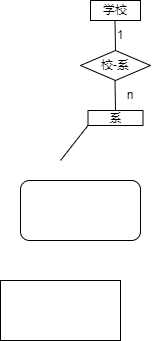
This is 1.drawio.png from CodingFlashe/graph, a draw.io export, as it was before one commit. Source tidied: cells renumbered, new cells last; positions are measured from the earlier drawing's top-left corner, leaving out a move shared by most shapes. The source it was exported from:
```xml
<mxGraphModel>
  <root>
    <mxCell id="0" />
    <mxCell id="1" parent="0" />
    <mxCell id="2" value="学校" style="rounded=0;whiteSpace=wrap;html=1;" parent="1" vertex="1">
      <mxGeometry x="90" width="50" height="20" as="geometry" />
    </mxCell>
    <mxCell id="3" value="校-系" style="rhombus;whiteSpace=wrap;html=1;" parent="1" vertex="1">
      <mxGeometry x="80" y="50" width="70" height="30" as="geometry" />
    </mxCell>
    <mxCell id="4" style="endArrow=none;html=1;rounded=0;exitX=0.5;exitY=0;exitDx=0;exitDy=0;" parent="1" edge="1" source="3">
      <mxGeometry relative="1" as="geometry">
        <mxPoint x="114.5" y="20" as="targetPoint" />
      </mxGeometry>
    </mxCell>
    <mxCell id="5" value="1" style="text;html=1;strokeColor=none;fillColor=none;align=center;verticalAlign=middle;whiteSpace=wrap;rounded=0;" parent="1" vertex="1">
      <mxGeometry x="90" y="20" width="60" height="30" as="geometry" />
    </mxCell>
    <mxCell id="6" value="系" style="whiteSpace=wrap;html=1;" parent="1" vertex="1">
      <mxGeometry x="87.5" y="110" width="55" height="15" as="geometry" />
    </mxCell>
    <mxCell id="7" style="endArrow=none;html=1;rounded=0;exitX=0.5;exitY=0;exitDx=0;exitDy=0;" parent="1" edge="1" source="6">
      <mxGeometry relative="1" as="geometry">
        <mxPoint x="114.5" y="80" as="targetPoint" />
      </mxGeometry>
    </mxCell>
    <mxCell id="8" value="n" style="text;html=1;strokeColor=none;fillColor=none;align=center;verticalAlign=middle;whiteSpace=wrap;rounded=0;" parent="1" vertex="1">
      <mxGeometry x="100" y="80" width="60" height="30" as="geometry" />
    </mxCell>
    <mxCell id="9" style="endArrow=none;html=1;rounded=0;" parent="1" edge="1">
      <mxGeometry relative="1" as="geometry">
        <mxPoint x="60" y="160" as="sourcePoint" />
        <mxPoint x="87.5" y="125" as="targetPoint" />
      </mxGeometry>
    </mxCell>
    <mxCell id="10" style="rounded=0;whiteSpace=wrap;html=1;" parent="1" vertex="1">
      <mxGeometry y="280" width="120" height="60" as="geometry" />
    </mxCell>
    <mxCell id="11" style="rounded=1;whiteSpace=wrap;html=1;" parent="1" vertex="1">
      <mxGeometry x="20" y="180" width="120" height="60" as="geometry" />
    </mxCell>
  </root>
</mxGraphModel>
```
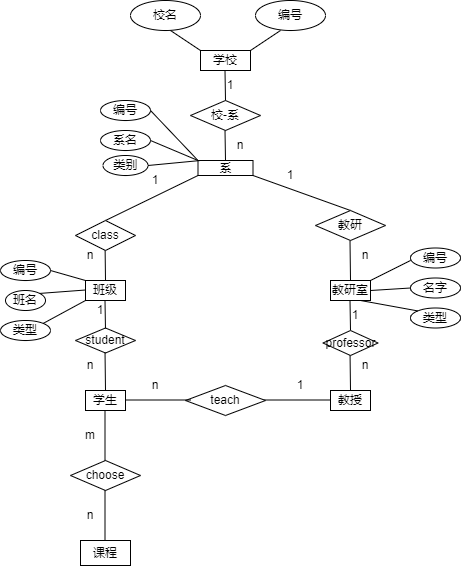
Later version of the same file.

Diff of the diagram source:
```diff
@@ -27,17 +27,230 @@
     <mxCell id="8" value="n" style="text;html=1;strokeColor=none;fillColor=none;align=center;verticalAlign=middle;whiteSpace=wrap;rounded=0;" parent="1" vertex="1">
       <mxGeometry x="100" y="80" width="60" height="30" as="geometry" />
     </mxCell>
-    <mxCell id="9" style="endArrow=none;html=1;rounded=0;" parent="1" edge="1">
+    <mxCell id="9" style="endArrow=none;html=1;rounded=0;exitX=0.5;exitY=0;exitDx=0;exitDy=0;" parent="1" edge="1">
       <mxGeometry relative="1" as="geometry">
-        <mxPoint x="60" y="160" as="sourcePoint" />
+        <mxPoint x="-5" y="170" as="sourcePoint" />
         <mxPoint x="87.5" y="125" as="targetPoint" />
       </mxGeometry>
     </mxCell>
-    <mxCell id="10" style="rounded=0;whiteSpace=wrap;html=1;" parent="1" vertex="1">
-      <mxGeometry y="280" width="120" height="60" as="geometry" />
+    <mxCell id="10" value="班级" style="rounded=0;whiteSpace=wrap;html=1;" parent="1" vertex="1">
+      <mxGeometry x="-25" y="230" width="40" height="20" as="geometry" />
     </mxCell>
-    <mxCell id="11" style="rounded=1;whiteSpace=wrap;html=1;" parent="1" vertex="1">
-      <mxGeometry x="20" y="180" width="120" height="60" as="geometry" />
-    </mxCell>
+    <mxCell id="12" style="endArrow=none;html=1;rounded=0;exitX=0.5;exitY=0;exitDx=0;exitDy=0;" parent="1" edge="1" source="10">
+      <mxGeometry relative="1" as="geometry">
+        <mxPoint x="-5.5" y="190" as="targetPoint" />
+      </mxGeometry>
+    </mxCell>
+    <mxCell id="13" value="1" style="text;html=1;strokeColor=none;fillColor=none;align=center;verticalAlign=middle;whiteSpace=wrap;rounded=0;" parent="1" vertex="1">
+      <mxGeometry x="30" y="120" width="30" height="20" as="geometry" />
+    </mxCell>
+    <mxCell id="14" value="n" style="text;html=1;strokeColor=none;fillColor=none;align=center;verticalAlign=middle;whiteSpace=wrap;rounded=0;" parent="1" vertex="1">
+      <mxGeometry x="-45" y="190" width="50" height="30" as="geometry" />
+    </mxCell>
+    <mxCell id="15" style="endArrow=none;html=1;rounded=0;exitX=0.5;exitY=0;exitDx=0;exitDy=0;" parent="1" edge="1" source="41">
+      <mxGeometry relative="1" as="geometry">
+        <mxPoint x="142.5" y="125" as="targetPoint" />
+      </mxGeometry>
+    </mxCell>
+    <mxCell id="16" value="1" style="text;html=1;strokeColor=none;fillColor=none;align=center;verticalAlign=middle;whiteSpace=wrap;rounded=0;" parent="1" vertex="1">
+      <mxGeometry x="160" y="120" width="40" height="10" as="geometry" />
+    </mxCell>
+    <mxCell id="17" value="n" style="text;html=1;strokeColor=none;fillColor=none;align=center;verticalAlign=middle;whiteSpace=wrap;rounded=0;" parent="1" vertex="1">
+      <mxGeometry x="230" y="190" width="50" height="30" as="geometry" />
+    </mxCell>
+    <mxCell id="18" value="教研室" style="rounded=0;whiteSpace=wrap;html=1;" parent="1" vertex="1">
+      <mxGeometry x="220" y="230" width="40" height="20" as="geometry" />
+    </mxCell>
+    <mxCell id="19" style="endArrow=none;html=1;rounded=0;exitX=0.5;exitY=0;exitDx=0;exitDy=0;" parent="1" edge="1" source="18">
+      <mxGeometry relative="1" as="geometry">
+        <mxPoint x="239.5" y="190" as="targetPoint" />
+      </mxGeometry>
+    </mxCell>
+    <mxCell id="20" style="endArrow=none;html=1;rounded=0;" parent="1" edge="1">
+      <mxGeometry relative="1" as="geometry">
+        <mxPoint x="-5" y="280" as="sourcePoint" />
+        <mxPoint x="-5.5" y="250" as="targetPoint" />
+      </mxGeometry>
+    </mxCell>
+    <mxCell id="21" value="学生" style="rounded=0;whiteSpace=wrap;html=1;" parent="1" vertex="1">
+      <mxGeometry x="-25" y="340" width="40" height="20" as="geometry" />
+    </mxCell>
+    <mxCell id="22" style="endArrow=none;html=1;rounded=0;exitX=0.5;exitY=0;exitDx=0;exitDy=0;" parent="1" edge="1" source="21">
+      <mxGeometry relative="1" as="geometry">
+        <mxPoint x="-5.5" y="300" as="targetPoint" />
+      </mxGeometry>
+    </mxCell>
+    <mxCell id="23" value="n" style="text;html=1;strokeColor=none;fillColor=none;align=center;verticalAlign=middle;whiteSpace=wrap;rounded=0;" parent="1" vertex="1">
+      <mxGeometry x="-45" y="300" width="50" height="30" as="geometry" />
+    </mxCell>
+    <mxCell id="24" value="教授" style="rounded=0;whiteSpace=wrap;html=1;" parent="1" vertex="1">
+      <mxGeometry x="220" y="340" width="40" height="20" as="geometry" />
+    </mxCell>
+    <mxCell id="25" style="endArrow=none;html=1;rounded=0;exitX=0.5;exitY=0;exitDx=0;exitDy=0;" parent="1" edge="1" source="24">
+      <mxGeometry relative="1" as="geometry">
+        <mxPoint x="239.5" y="300" as="targetPoint" />
+      </mxGeometry>
+    </mxCell>
+    <mxCell id="26" value="n" style="text;html=1;strokeColor=none;fillColor=none;align=center;verticalAlign=middle;whiteSpace=wrap;rounded=0;" parent="1" vertex="1">
+      <mxGeometry x="230" y="300" width="50" height="30" as="geometry" />
+    </mxCell>
+    <mxCell id="27" style="endArrow=none;html=1;rounded=0;" parent="1" edge="1">
+      <mxGeometry relative="1" as="geometry">
+        <mxPoint x="240" y="280" as="sourcePoint" />
+        <mxPoint x="239.5" y="250" as="targetPoint" />
+      </mxGeometry>
+    </mxCell>
+    <mxCell id="28" value="1" style="text;html=1;strokeColor=none;fillColor=none;align=center;verticalAlign=middle;whiteSpace=wrap;rounded=0;" parent="1" vertex="1">
+      <mxGeometry x="220" y="250" width="50" height="30" as="geometry" />
+    </mxCell>
+    <mxCell id="29" value="1" style="text;html=1;strokeColor=none;fillColor=none;align=center;verticalAlign=middle;whiteSpace=wrap;rounded=0;" parent="1" vertex="1">
+      <mxGeometry x="-30" y="250" width="40" height="20" as="geometry" />
+    </mxCell>
+    <mxCell id="30" style="endArrow=none;html=1;rounded=0;" parent="1" edge="1">
+      <mxGeometry relative="1" as="geometry">
+        <mxPoint x="150" y="349.5" as="sourcePoint" />
+        <mxPoint x="220" y="349.5" as="targetPoint" />
+      </mxGeometry>
+    </mxCell>
+    <mxCell id="31" value="teach" style="rhombus;whiteSpace=wrap;html=1;" parent="1" vertex="1">
+      <mxGeometry x="75" y="335" width="80" height="30" as="geometry" />
+    </mxCell>
+    <mxCell id="32" style="endArrow=none;html=1;rounded=0;" parent="1" edge="1">
+      <mxGeometry relative="1" as="geometry">
+        <mxPoint x="15" y="349.5" as="sourcePoint" />
+        <mxPoint x="80" y="349.5" as="targetPoint" />
+      </mxGeometry>
+    </mxCell>
+    <mxCell id="33" value="1" style="text;html=1;strokeColor=none;fillColor=none;align=center;verticalAlign=middle;whiteSpace=wrap;rounded=0;" parent="1" vertex="1">
+      <mxGeometry x="160" y="320" width="60" height="30" as="geometry" />
+    </mxCell>
+    <mxCell id="34" value="n" style="text;html=1;strokeColor=none;fillColor=none;align=center;verticalAlign=middle;whiteSpace=wrap;rounded=0;" parent="1" vertex="1">
+      <mxGeometry x="20" y="320" width="50" height="30" as="geometry" />
+    </mxCell>
+    <mxCell id="35" value="choose" style="rhombus;whiteSpace=wrap;html=1;" parent="1" vertex="1">
+      <mxGeometry x="-40" y="410" width="70" height="30" as="geometry" />
+    </mxCell>
+    <mxCell id="36" value="课程" style="rounded=0;whiteSpace=wrap;html=1;" parent="1" vertex="1">
+      <mxGeometry x="-30" y="490" width="50" height="25" as="geometry" />
+    </mxCell>
+    <mxCell id="37" style="endArrow=none;html=1;rounded=0;" parent="1" edge="1">
+      <mxGeometry relative="1" as="geometry">
+        <mxPoint x="-5.5" y="410" as="sourcePoint" />
+        <mxPoint x="-5.5" y="360" as="targetPoint" />
+      </mxGeometry>
+    </mxCell>
+    <mxCell id="38" style="endArrow=none;html=1;rounded=0;" parent="1" edge="1">
+      <mxGeometry relative="1" as="geometry">
+        <mxPoint x="-5.5" y="490" as="sourcePoint" />
+        <mxPoint x="-5.5" y="440" as="targetPoint" />
+      </mxGeometry>
+    </mxCell>
+    <mxCell id="39" value="n" style="text;html=1;strokeColor=none;fillColor=none;align=center;verticalAlign=middle;whiteSpace=wrap;rounded=0;" parent="1" vertex="1">
+      <mxGeometry x="-45" y="450" width="50" height="30" as="geometry" />
+    </mxCell>
+    <mxCell id="40" value="m" style="text;html=1;strokeColor=none;fillColor=none;align=center;verticalAlign=middle;whiteSpace=wrap;rounded=0;" parent="1" vertex="1">
+      <mxGeometry x="-45" y="370" width="50" height="30" as="geometry" />
+    </mxCell>
+    <mxCell id="41" value="教研" style="rhombus;whiteSpace=wrap;html=1;" parent="1" vertex="1">
+      <mxGeometry x="205" y="160" width="70" height="30" as="geometry" />
+    </mxCell>
+    <mxCell id="42" value="class" style="rhombus;whiteSpace=wrap;html=1;" parent="1" vertex="1">
+      <mxGeometry x="-35" y="170" width="60" height="30" as="geometry" />
+    </mxCell>
+    <mxCell id="43" value="student" style="rhombus;whiteSpace=wrap;html=1;" parent="1" vertex="1">
+      <mxGeometry x="-35" y="277.5" width="60" height="25" as="geometry" />
+    </mxCell>
+    <mxCell id="44" value="professor" style="rhombus;whiteSpace=wrap;html=1;" parent="1" vertex="1">
+      <mxGeometry x="212.5" y="280" width="55" height="25" as="geometry" />
+    </mxCell>
+    <mxCell id="45" value="校名" style="ellipse;whiteSpace=wrap;html=1;" parent="1" vertex="1">
+      <mxGeometry x="20" y="-50" width="70" height="30" as="geometry" />
+    </mxCell>
+    <mxCell id="46" value="编号" style="ellipse;whiteSpace=wrap;html=1;" parent="1" vertex="1">
+      <mxGeometry x="145" y="-50" width="70" height="30" as="geometry" />
+    </mxCell>
+    <mxCell id="47" value="系名" style="ellipse;whiteSpace=wrap;html=1;" parent="1" vertex="1">
+      <mxGeometry x="-10" y="80" width="50" height="20" as="geometry" />
+    </mxCell>
+    <mxCell id="48" value="类别" style="ellipse;whiteSpace=wrap;html=1;" parent="1" vertex="1">
+      <mxGeometry x="-7.5" y="105" width="45" height="20" as="geometry" />
+    </mxCell>
+    <mxCell id="49" value="编号" style="ellipse;whiteSpace=wrap;html=1;" parent="1" vertex="1">
+      <mxGeometry x="-10" y="50" width="50" height="20" as="geometry" />
+    </mxCell>
+    <mxCell id="50" style="endArrow=none;html=1;rounded=0;exitX=1;exitY=0.5;exitDx=0;exitDy=0;entryX=0;entryY=0;entryDx=0;entryDy=0;" parent="1" edge="1" source="49" target="6">
+      <mxGeometry relative="1" as="geometry" />
+    </mxCell>
+    <mxCell id="51" style="endArrow=none;html=1;rounded=0;exitX=1;exitY=0.5;exitDx=0;exitDy=0;" parent="1" edge="1" source="47">
+      <mxGeometry relative="1" as="geometry">
+        <mxPoint x="87.5" y="110" as="targetPoint" />
+      </mxGeometry>
+    </mxCell>
+    <mxCell id="52" style="endArrow=none;html=1;rounded=0;exitX=1;exitY=0.5;exitDx=0;exitDy=0;" parent="1" edge="1" source="48">
+      <mxGeometry relative="1" as="geometry">
+        <mxPoint x="90" y="110" as="targetPoint" />
+      </mxGeometry>
+    </mxCell>
+    <mxCell id="53" style="endArrow=none;html=1;rounded=0;" parent="1" edge="1">
+      <mxGeometry relative="1" as="geometry">
+        <mxPoint x="60" y="-20" as="sourcePoint" />
+        <mxPoint x="90" as="targetPoint" />
+      </mxGeometry>
+    </mxCell>
+    <mxCell id="54" style="endArrow=none;html=1;rounded=0;" parent="1" edge="1">
+      <mxGeometry relative="1" as="geometry">
+        <mxPoint x="140" as="sourcePoint" />
+        <mxPoint x="170" y="-20" as="targetPoint" />
+      </mxGeometry>
+    </mxCell>
+    <mxCell id="55" value="班名" style="ellipse;whiteSpace=wrap;html=1;" parent="1" vertex="1">
+      <mxGeometry x="-105" y="240" width="40" height="20" as="geometry" />
+    </mxCell>
+    <mxCell id="56" value="类型" style="ellipse;whiteSpace=wrap;html=1;" parent="1" vertex="1">
+      <mxGeometry x="-110" y="270" width="50" height="20" as="geometry" />
+    </mxCell>
+    <mxCell id="57" value="编号" style="ellipse;whiteSpace=wrap;html=1;" parent="1" vertex="1">
+      <mxGeometry x="-110" y="210" width="50" height="20" as="geometry" />
+    </mxCell>
+    <mxCell id="58" style="endArrow=none;html=1;rounded=0;entryX=0;entryY=0;entryDx=0;entryDy=0;" parent="1" edge="1" target="10">
+      <mxGeometry relative="1" as="geometry">
+        <mxPoint x="-60" y="220" as="sourcePoint" />
+      </mxGeometry>
+    </mxCell>
+    <mxCell id="59" style="endArrow=none;html=1;rounded=0;entryX=1;entryY=0;entryDx=0;entryDy=0;" parent="1" edge="1" target="55">
+      <mxGeometry relative="1" as="geometry">
+        <mxPoint x="-25" y="239.5" as="sourcePoint" />
+      </mxGeometry>
+    </mxCell>
+    <mxCell id="60" style="endArrow=none;html=1;rounded=0;exitX=1;exitY=0;exitDx=0;exitDy=0;" parent="1" edge="1" source="56">
+      <mxGeometry relative="1" as="geometry">
+        <mxPoint x="-25" y="250" as="targetPoint" />
+      </mxGeometry>
+    </mxCell>
+    <mxCell id="61" value="类型" style="ellipse;whiteSpace=wrap;html=1;" parent="1" vertex="1">
+      <mxGeometry x="300" y="257.5" width="50" height="20" as="geometry" />
+    </mxCell>
+    <mxCell id="62" value="编号" style="ellipse;whiteSpace=wrap;html=1;" parent="1" vertex="1">
+      <mxGeometry x="300" y="197.5" width="50" height="20" as="geometry" />
+    </mxCell>
+    <mxCell id="63" value="名字" style="ellipse;whiteSpace=wrap;html=1;" parent="1" vertex="1">
+      <mxGeometry x="300" y="227.5" width="50" height="20" as="geometry" />
+    </mxCell>
+    <mxCell id="64" style="endArrow=none;html=1;rounded=0;" parent="1" edge="1">
+      <mxGeometry relative="1" as="geometry">
+        <mxPoint x="260" y="230" as="sourcePoint" />
+        <mxPoint x="300" y="210" as="targetPoint" />
+      </mxGeometry>
+    </mxCell>
+    <mxCell id="65" style="endArrow=none;html=1;rounded=0;entryX=0;entryY=0.5;entryDx=0;entryDy=0;" parent="1" edge="1" target="63">
+      <mxGeometry relative="1" as="geometry">
+        <mxPoint x="260" y="240" as="sourcePoint" />
+      </mxGeometry>
+    </mxCell>
+    <mxCell id="66" style="endArrow=none;html=1;rounded=0;entryX=0;entryY=0;entryDx=0;entryDy=0;" parent="1" edge="1" target="61">
+      <mxGeometry relative="1" as="geometry">
+        <mxPoint x="250" y="250" as="sourcePoint" />
+      </mxGeometry>
+    </mxCell>
   </root>
 </mxGraphModel>
```
